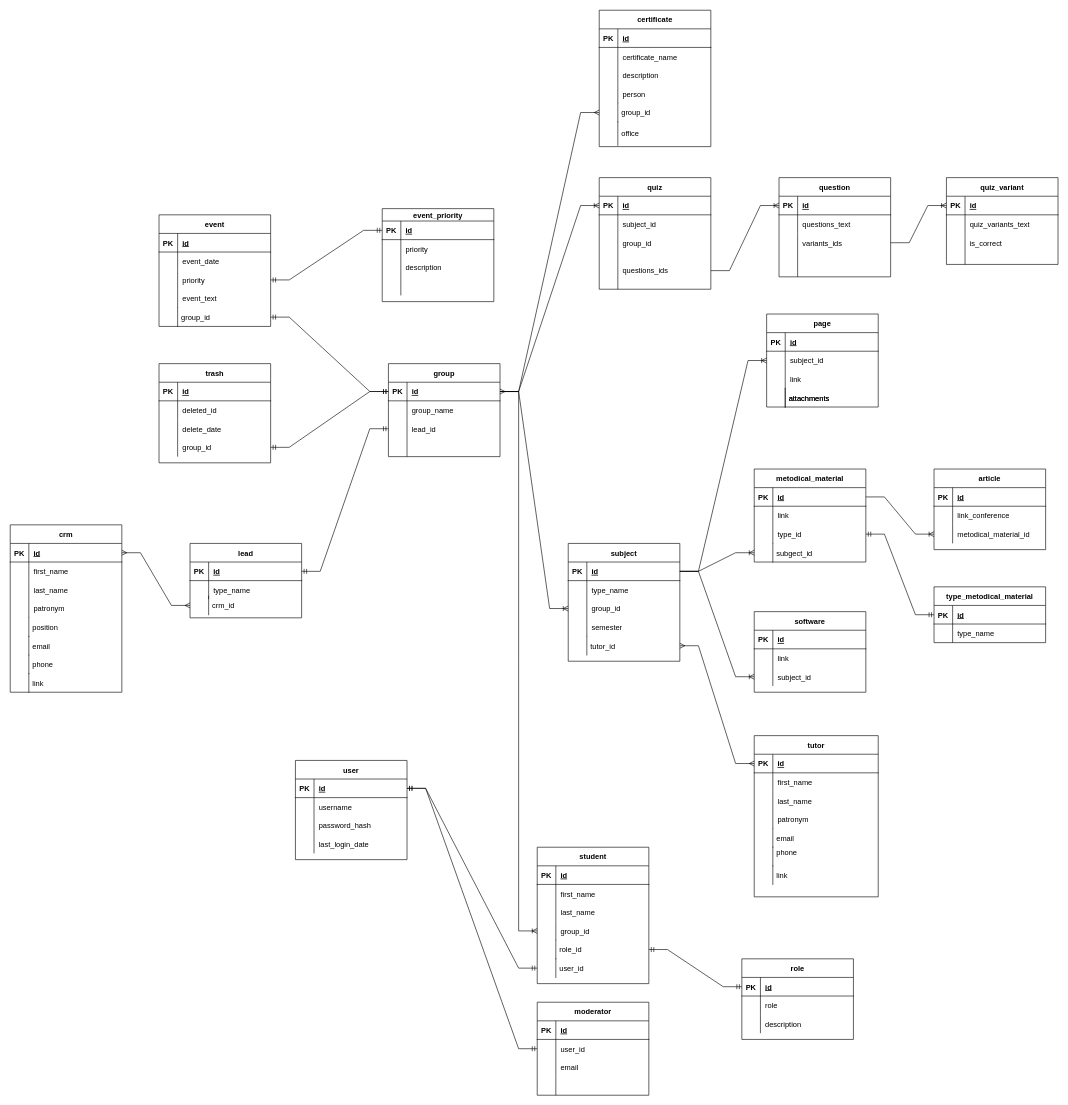
The draw.io diagram Untitled Diagram.drawio in student-archive/backend, before the edit. Source tidied: cells renumbered, new cells numbered last; positions are measured from the earlier drawing's top-left corner, leaving out a move shared by most shapes. Both pictures are drawn from the tidied source at 62%, with x=0, y=0 at pixel (-33, 10).
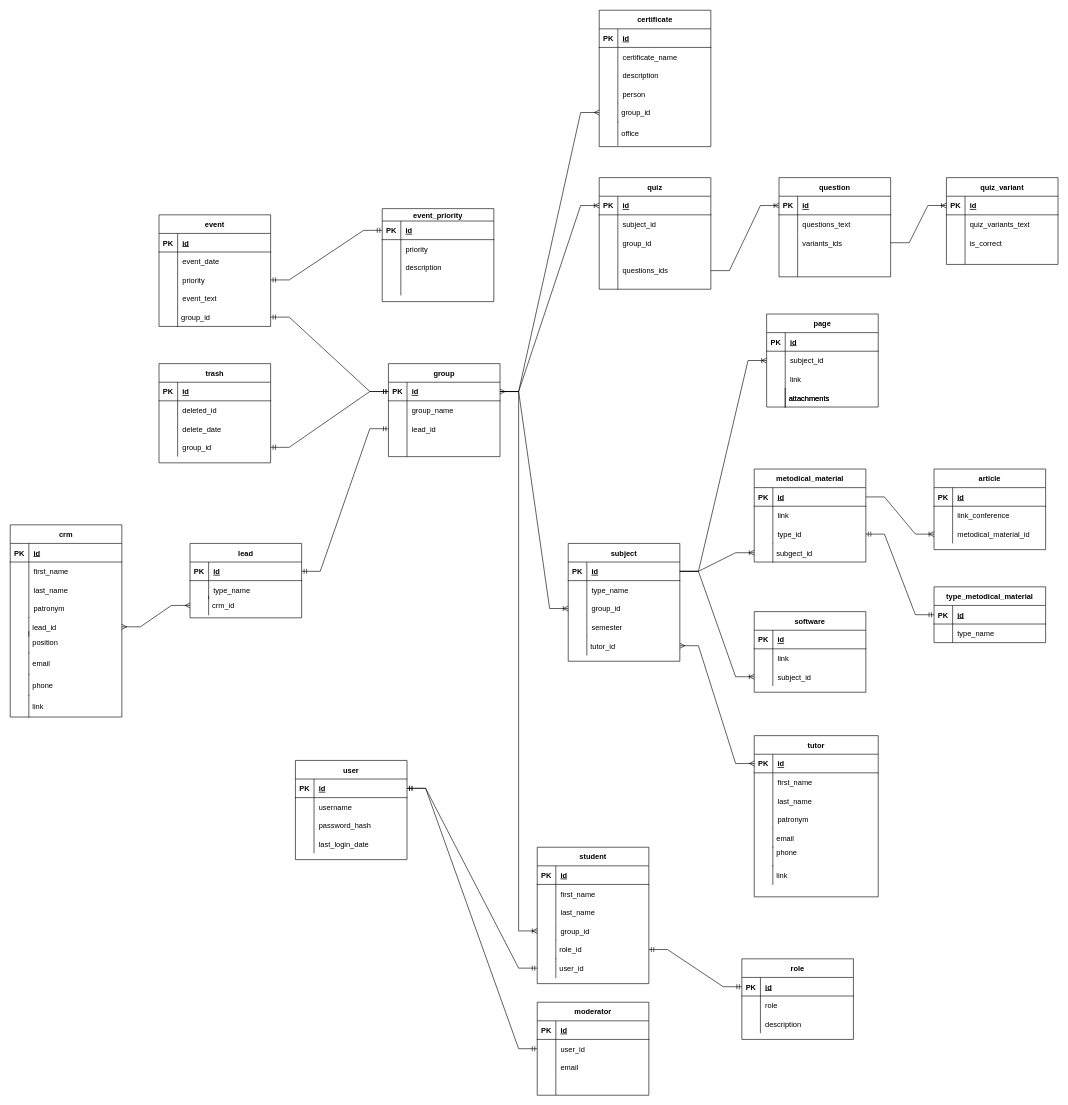
The same page after the edit.

Commit message:
fix(databases): move relation

Unchanged cells that the change refers to:
```xml
<mxCell id="147" style="shape=tableRow;horizontal=0;startSize=0;swimlaneHead=0;swimlaneBody=0;fillColor=none;points=[[0,0.5],[1,0.5]];portConstraint=eastwest;top=0;left=0;right=0;bottom=1;" parent="146" vertex="1">
  <mxGeometry y="30" width="180" height="30" as="geometry" />
</mxCell>
<mxCell id="167" style="group;" parent="1" vertex="1">
  <mxGeometry y="870" width="1470" height="180" as="geometry" />
</mxCell>
<mxCell id="309" value="crm_id" style="shape=partialRectangle;fillColor=none;align=left;verticalAlign=middle;strokeColor=none;spacingLeft=34;points=[[0,0.5],[1,0.5]];portConstraint=eastwest;" parent="301" vertex="1">
  <mxGeometry y="85" width="90" height="30" as="geometry" />
</mxCell>
```

Change to the diagram source:
```diff
@@
     <mxCell id="143" style="group;" parent="1" vertex="1">
-      <mxGeometry x="70" y="830" width="180" height="270" as="geometry" />
+      <mxGeometry x="70" y="830" width="180" height="310" as="geometry" />
     </mxCell>
     <mxCell id="144" style="group;" parent="143" vertex="1">
-      <mxGeometry width="180" height="270" as="geometry" />
+      <mxGeometry width="180" height="310" as="geometry" />
     </mxCell>
     <mxCell id="145" style="group;" parent="144" vertex="1">
-      <mxGeometry width="180" height="270" as="geometry" />
+      <mxGeometry width="180" height="310" as="geometry" />
     </mxCell>
     <mxCell id="146" value="crm" style="shape=table;startSize=30;childLayout=tableLayout;rowLines=0;fontStyle=1;align=center;" parent="145" vertex="1">
-      <mxGeometry width="180" height="270" as="geometry" />
+      <mxGeometry width="180" height="310" as="geometry" />
     </mxCell>
@@
     <mxCell id="159" value="position" style="shape=partialRectangle;fillColor=none;align=left;verticalAlign=middle;strokeColor=none;spacingLeft=34;" parent="145" vertex="1">
-      <mxGeometry y="150" width="90" height="30" as="geometry" />
+      <mxGeometry y="172.2" width="90" height="34.4" as="geometry" />
     </mxCell>
     <mxCell id="160" style="shape=partialRectangle;top=0;left=0;bottom=0;fillColor=none;stokeWidth=1;align=left;verticalAlign=middle;spacingLeft=4;spacingRight=4;overflow=hidden;" parent="159" vertex="1">
-      <mxGeometry width="30" height="30" as="geometry" />
+      <mxGeometry width="30" height="34.4" as="geometry" />
     </mxCell>
     <mxCell id="161" value="email" style="shape=partialRectangle;fillColor=none;align=left;verticalAlign=middle;strokeColor=none;spacingLeft=34;" parent="145" vertex="1">
-      <mxGeometry y="180" width="90" height="30" as="geometry" />
+      <mxGeometry y="206.7" width="90" height="34.4" as="geometry" />
     </mxCell>
     <mxCell id="162" style="shape=partialRectangle;top=0;left=0;bottom=0;fillColor=none;stokeWidth=1;align=left;verticalAlign=middle;spacingLeft=4;spacingRight=4;overflow=hidden;" parent="161" vertex="1">
-      <mxGeometry width="30" height="30" as="geometry" />
+      <mxGeometry width="30" height="34.4" as="geometry" />
     </mxCell>
     <mxCell id="163" value="phone" style="shape=partialRectangle;fillColor=none;align=left;verticalAlign=middle;strokeColor=none;spacingLeft=34;" parent="145" vertex="1">
-      <mxGeometry y="210" width="90" height="30" as="geometry" />
+      <mxGeometry y="241.1" width="90" height="34.4" as="geometry" />
     </mxCell>
     <mxCell id="164" style="shape=partialRectangle;top=0;left=0;bottom=0;fillColor=none;stokeWidth=1;align=left;verticalAlign=middle;spacingLeft=4;spacingRight=4;overflow=hidden;" parent="163" vertex="1">
-      <mxGeometry width="30" height="30" as="geometry" />
+      <mxGeometry width="30" height="34.4" as="geometry" />
     </mxCell>
     <mxCell id="165" value="link" style="shape=partialRectangle;fillColor=none;align=left;verticalAlign=middle;strokeColor=none;spacingLeft=34;" parent="145" vertex="1">
-      <mxGeometry y="240" width="90" height="30" as="geometry" />
+      <mxGeometry y="275.6" width="90" height="34.4" as="geometry" />
     </mxCell>
     <mxCell id="166" style="shape=partialRectangle;top=0;left=0;bottom=0;fillColor=none;stokeWidth=1;align=left;verticalAlign=middle;spacingLeft=4;spacingRight=4;overflow=hidden;" parent="165" vertex="1">
-      <mxGeometry width="30" height="30" as="geometry" />
+      <mxGeometry width="30" height="34.4" as="geometry" />
     </mxCell>
@@
+    <mxCell id="316" value="lead_id" style="shape=partialRectangle;fillColor=none;align=left;verticalAlign=middle;strokeColor=none;spacingLeft=34;points=[[0,0.5],[1,0.5]];portConstraint=eastwest;" parent="167" vertex="1">
+      <mxGeometry x="70" y="109.5" width="180" height="30" as="geometry" />
+    </mxCell>
+    <mxCell id="317" style="shape=partialRectangle;top=0;left=0;bottom=0;fillColor=none;stokeWidth=1;align=left;verticalAlign=middle;spacingLeft=4;spacingRight=4;overflow=hidden;" parent="316" vertex="1">
+      <mxGeometry width="30" height="30" as="geometry" />
+    </mxCell>
@@
-    <mxCell id="311" style="edgeStyle=entityRelationEdgeStyle;fontSize=12;html=1;endArrow=ERmany;startArrow=ERmany;rounded=0;exitX=1;exitY=0.5;exitDx=0;exitDy=0;entryX=0;entryY=0.5;entryDx=0;entryDy=0;" parent="1" edge="1" source="147" target="309">
+    <mxCell id="311" style="edgeStyle=entityRelationEdgeStyle;fontSize=12;html=1;endArrow=ERmany;startArrow=ERmany;rounded=0;exitX=1;exitY=0.5;exitDx=0;exitDy=0;entryX=0;entryY=0.5;entryDx=0;entryDy=0;" parent="1" edge="1" source="316" target="309">
       <mxGeometry relative="1" as="geometry" />
     </mxCell>
```
